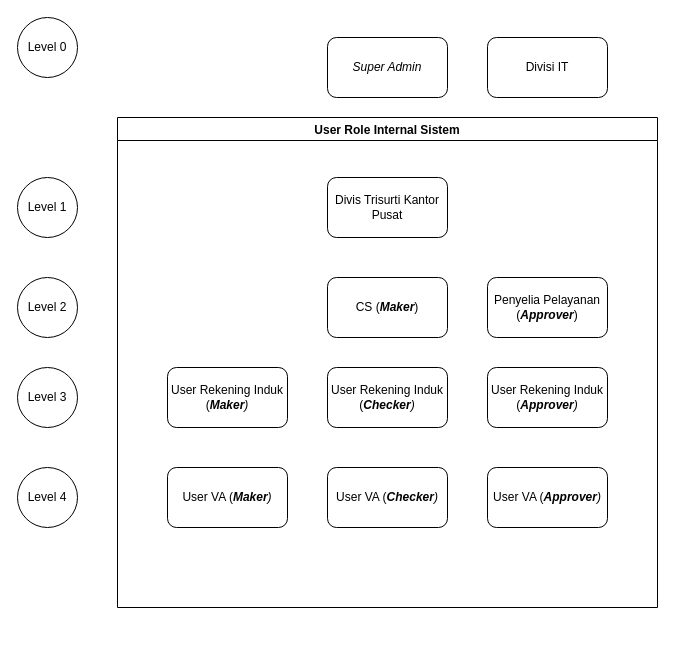
Before: page "Actor or User Role" (1 of 14) of actor-or-user-role.drawio in aribrilliantsyah/fsd_va_bpd_diy, a draw.io diagram. Source tidied: cells renumbered, new cells numbered last; positions are measured from the earlier drawing's top-left corner, leaving out a move shared by most shapes. Both pictures are drawn from the tidied source at 100%, with x=0, y=0 at pixel (17, 17).
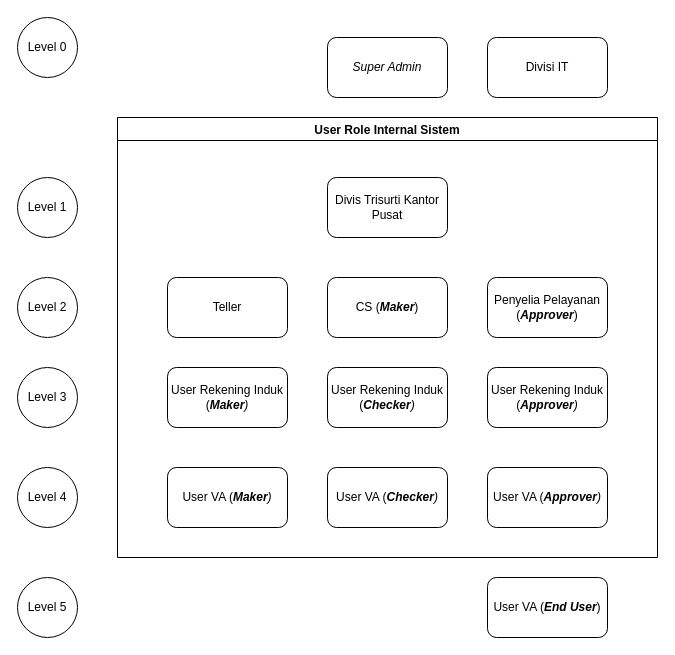
After the change.

Diff of the diagram source:
```diff
@@
     <mxCell id="2" value="User Role Internal Sistem" style="swimlane;" parent="1" vertex="1">
-      <mxGeometry x="100" y="100" width="540" height="490" as="geometry" />
+      <mxGeometry x="100" y="100" width="540" height="440" as="geometry" />
     </mxCell>
@@
+    <mxCell id="19" value="Teller" style="rounded=1;whiteSpace=wrap;html=1;" parent="2" vertex="1">
+      <mxGeometry x="50" y="160" width="120" height="60" as="geometry" />
+    </mxCell>
@@
+    <mxCell id="20" value="User VA (&lt;i&gt;&lt;b&gt;End User&lt;/b&gt;&lt;/i&gt;)" style="rounded=1;whiteSpace=wrap;html=1;" parent="1" vertex="1">
+      <mxGeometry x="470" y="560" width="120" height="60" as="geometry" />
+    </mxCell>
+    <mxCell id="21" value="Level 5" style="ellipse;whiteSpace=wrap;html=1;" parent="1" vertex="1">
+      <mxGeometry y="560" width="60" height="60" as="geometry" />
+    </mxCell>
```
